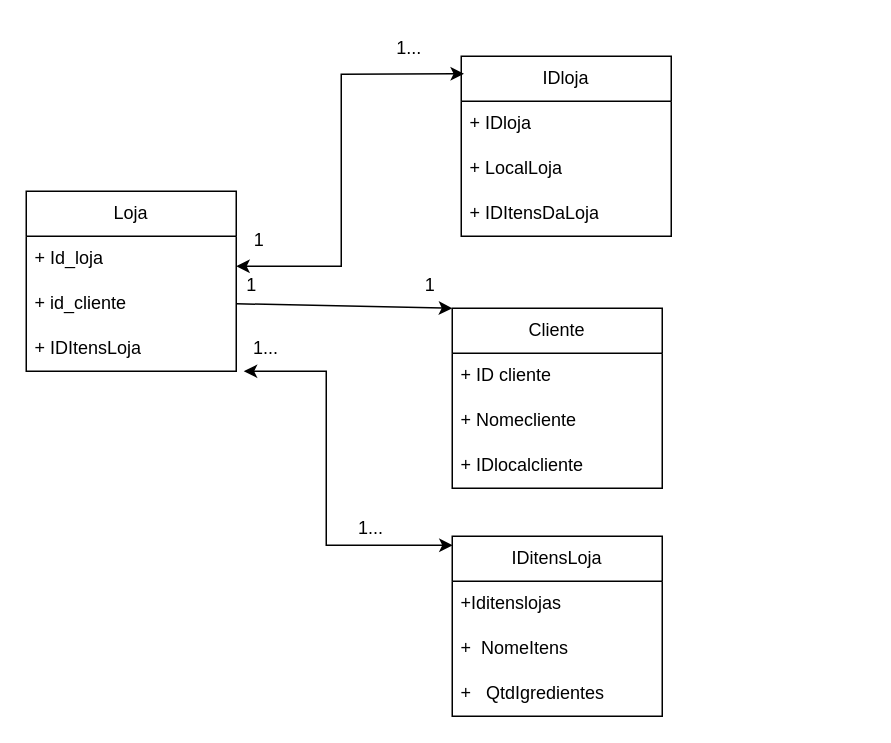
yNume/Draw.io2 keeps this draw.io diagram as Diagrama sem nome.drawio. Above is the earlier version. Source tidied: cells renumbered, new cells numbered last; positions are measured from the earlier drawing's top-left corner, leaving out a move shared by most shapes. Both pictures are drawn from the tidied source at 150%, with x=0, y=0 at pixel (26, 26).
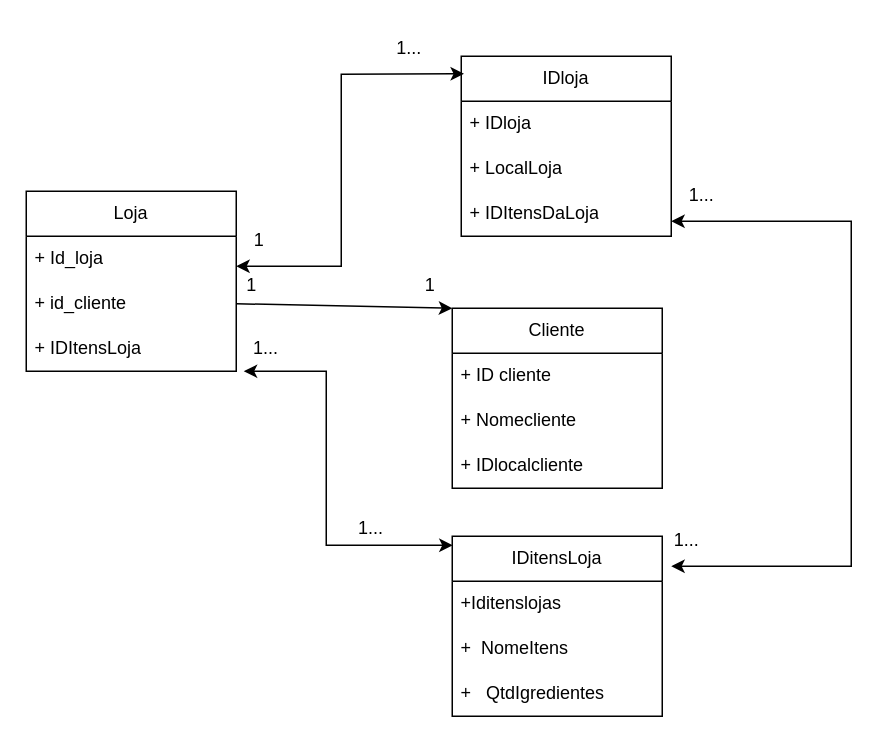
The same diagram, later.

What changed in the source:
```diff
@@
+    <mxCell id="28" style="endArrow=classic;startArrow=classic;html=1;rounded=0;" parent="1" edge="1">
+      <mxGeometry relative="1" as="geometry">
+        <mxPoint x="430" y="130" as="sourcePoint" />
+        <mxPoint x="430" y="360" as="targetPoint" />
+        <Array as="points">
+          <mxPoint x="550" y="130" />
+          <mxPoint x="550" y="360" />
+        </Array>
+      </mxGeometry>
+    </mxCell>
+    <mxCell id="29" value="1..." style="text;html=1;align=center;verticalAlign=middle;strokeColor=none;fillColor=none;" parent="1" vertex="1">
+      <mxGeometry x="430" y="98" width="40" height="30" as="geometry" />
+    </mxCell>
+    <mxCell id="30" value="1..." style="text;html=1;align=center;verticalAlign=middle;strokeColor=none;fillColor=none;" parent="1" vertex="1">
+      <mxGeometry x="420" y="328" width="40" height="30" as="geometry" />
+    </mxCell>
```
